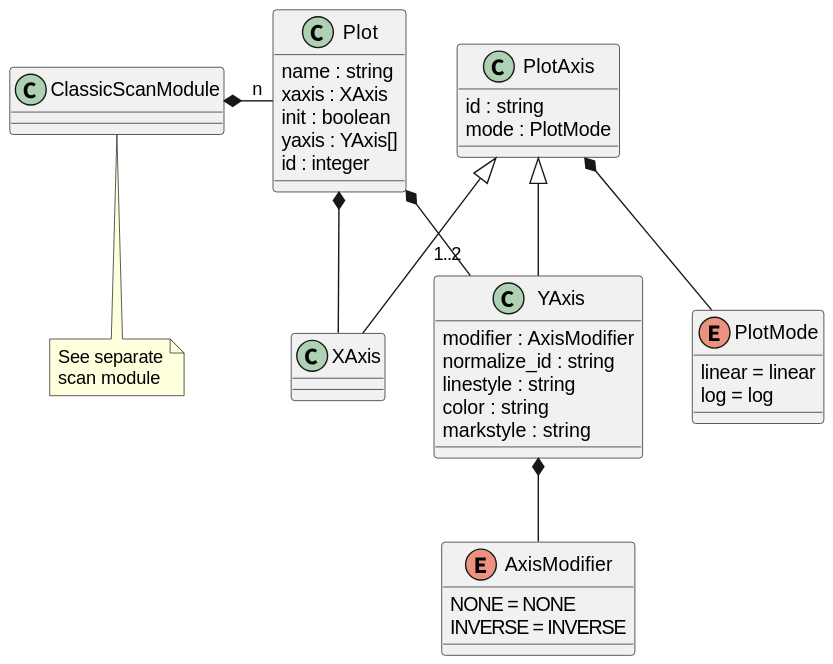
Above: docs/uml/evedata.scml.plot.svg in tillbiskup/evedata (PlantUML), before the change. The source it was exported from:
```plantuml
@startuml

class Plot {
    name : string
    xaxis : XAxis
    init : boolean
    yaxis : YAxis[]
    id : integer
}
Plot *-- XAxis
Plot *-- "1..2" YAxis
ClassicScanModule *- "n" Plot

note bottom of ClassicScanModule: See separate\nscan module

class PlotAxis {
    id : string
    mode : PlotMode
}
PlotAxis <|-- XAxis
PlotAxis <|-- YAxis
PlotAxis *-- PlotMode

class XAxis {
}

class YAxis {
    modifier : AxisModifier
    normalize_id : string
    linestyle : string
    color : string
    markstyle : string
}
YAxis *-- AxisModifier

enum AxisModifier {
    NONE = NONE
    INVERSE = INVERSE
}

enum PlotMode {
    linear = linear
    log = log
}
@enduml
```
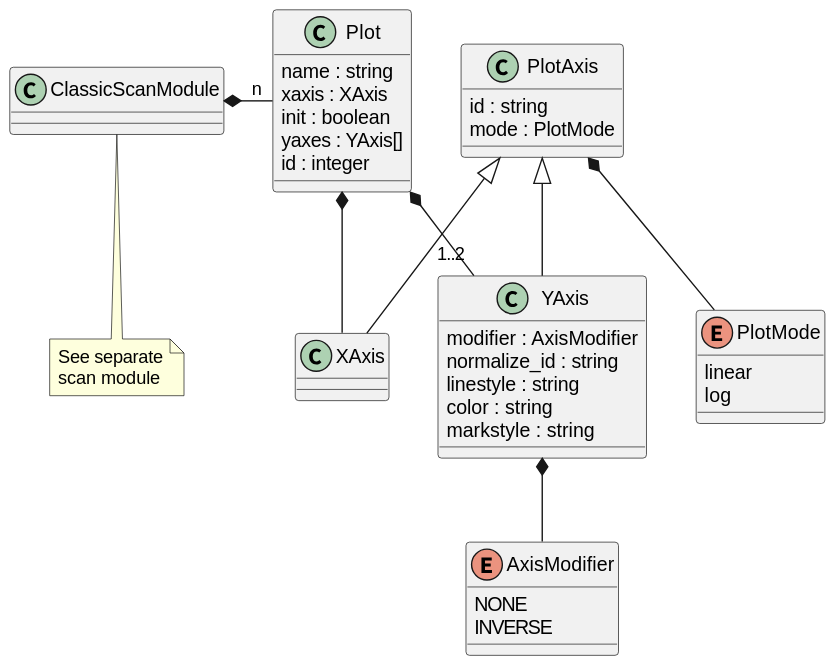
After the change.

What changed in the source:
```diff
@@ -4,7 +4,7 @@
     name : string
     xaxis : XAxis
     init : boolean
-    yaxis : YAxis[]
+    yaxes : YAxis[]
     id : integer
 }
 Plot *-- XAxis
@@ -34,12 +34,12 @@
 YAxis *-- AxisModifier
 
 enum AxisModifier {
-    NONE = NONE
-    INVERSE = INVERSE
+    NONE
+    INVERSE
 }
 
 enum PlotMode {
-    linear = linear
-    log = log
+    linear
+    log
 }
 @enduml
```
